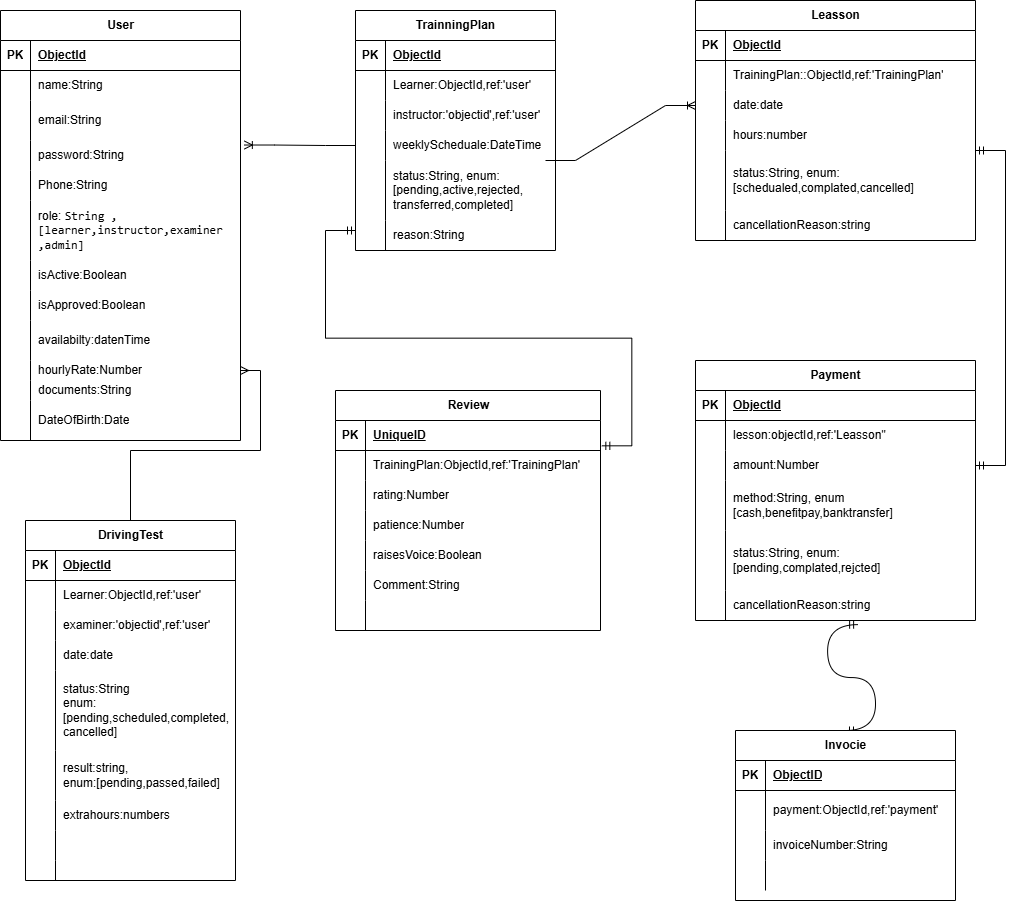
The draw.io diagram ERD/ERD.png in Mohamed-ABannai/Darbi-Backend, before a commit. Source tidied: cells renumbered, new cells last; positions are measured from the earlier drawing's top-left corner, leaving out a move shared by most shapes.
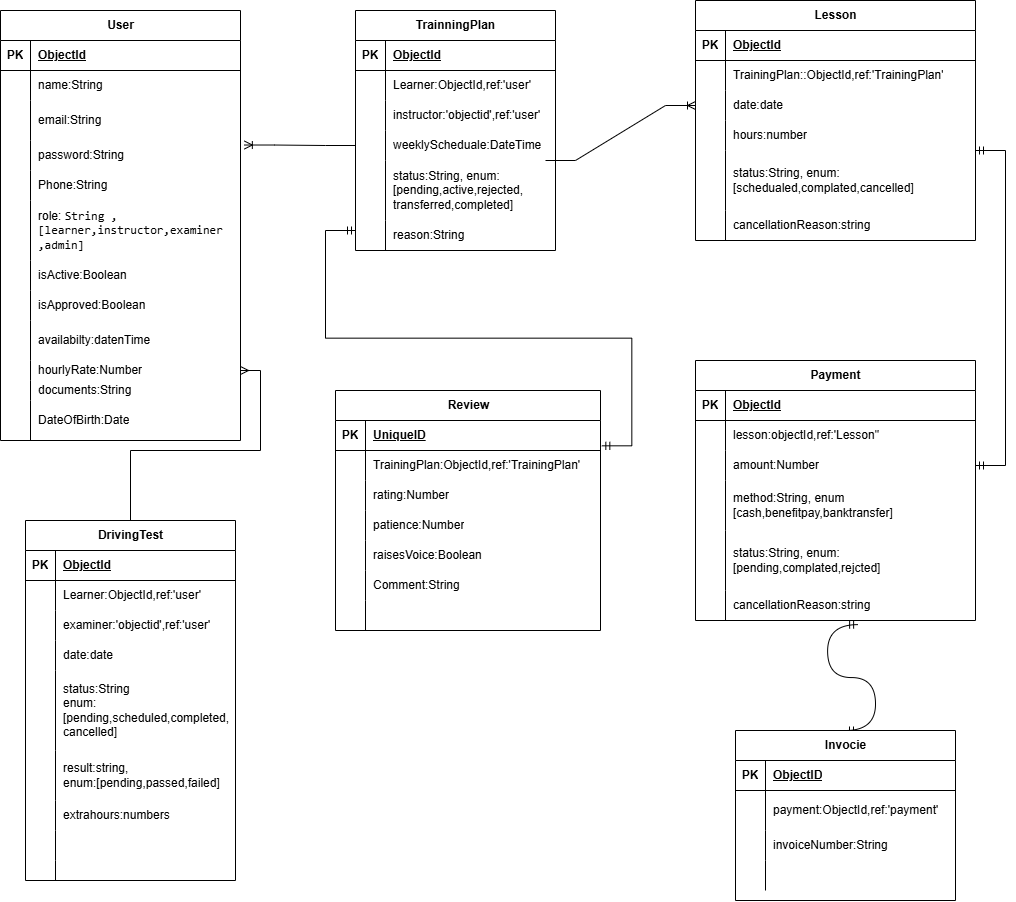
The same diagram one commit later.

What changed in the source:
```diff
@@ -326,7 +326,7 @@
     <mxCell id="109" style="edgeStyle=entityRelationEdgeStyle;fontSize=12;html=1;endArrow=ERoneToMany;rounded=0;defaultLabelBackgroundColor=page;entryX=1.016;entryY=1.113;entryDx=0;entryDy=0;entryPerimeter=0;exitX=0;exitY=0.5;exitDx=0;exitDy=0;" parent="1" edge="1" source="49" target="9">
       <mxGeometry relative="1" as="geometry" />
     </mxCell>
-    <mxCell id="110" value="Leasson" style="shape=table;startSize=30;rowLines=0;fontStyle=1;align=center;html=1;" parent="1" vertex="1">
+    <mxCell id="110" value="Lesson" style="shape=table;startSize=30;rowLines=0;fontStyle=1;align=center;html=1;" parent="1" vertex="1">
       <mxGeometry x="695" width="280" height="240" as="geometry" />
     </mxCell>
     <mxCell id="111" style="shape=tableRow;horizontal=0;startSize=0;swimlaneHead=0;swimlaneBody=0;fillColor=none;top=0;left=0;right=0;bottom=1;" parent="110" vertex="1">
@@ -406,7 +406,7 @@
     <mxCell id="135" style="shape=partialRectangle;fillColor=none;top=0;left=0;bottom=0;right=0;overflow=hidden;whiteSpace=wrap;html=1;" parent="134" vertex="1">
       <mxGeometry width="30" height="30" as="geometry" />
     </mxCell>
-    <mxCell id="136" value="lesson:objectId,ref:'Leasson&quot;" style="shape=partialRectangle;fillColor=none;top=0;left=0;bottom=0;right=0;align=left;spacingLeft=6;overflow=hidden;whiteSpace=wrap;html=1;" parent="134" vertex="1">
+    <mxCell id="136" value="lesson:objectId,ref:'Lesson&quot;" style="shape=partialRectangle;fillColor=none;top=0;left=0;bottom=0;right=0;align=left;spacingLeft=6;overflow=hidden;whiteSpace=wrap;html=1;" parent="134" vertex="1">
       <mxGeometry x="30" width="250" height="30" as="geometry" />
     </mxCell>
     <mxCell id="137" style="shape=tableRow;horizontal=0;startSize=0;swimlaneHead=0;swimlaneBody=0;fillColor=none;points=[[0,0.5],[1,0.5]];portConstraint=eastwest;top=0;left=0;right=0;bottom=0;" parent="130" vertex="1">
```
